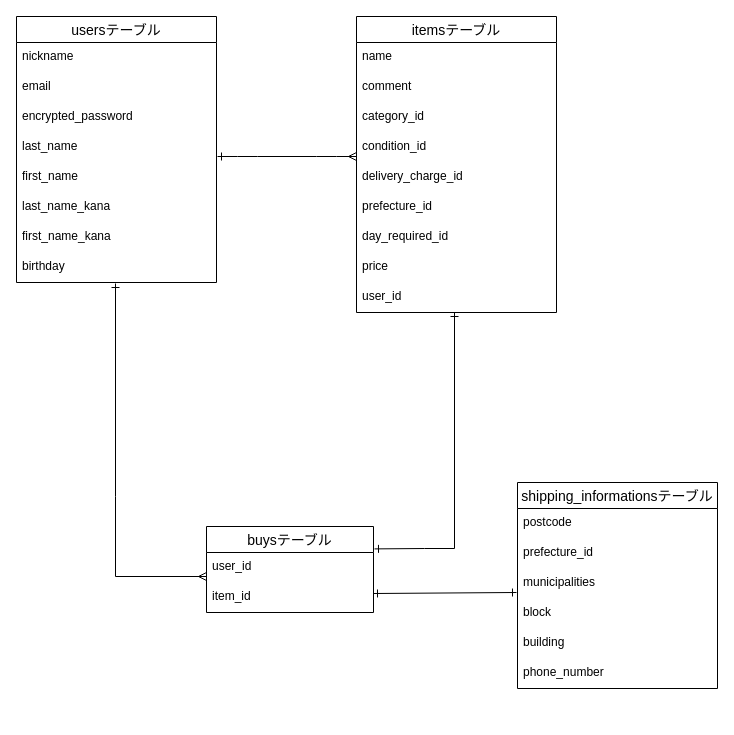
Above: furima39982.dio in kuwabara0314/furima-39982 (draw.io), before the change. Source tidied: cells renumbered, new cells numbered last; positions are measured from the earlier drawing's top-left corner, leaving out a move shared by most shapes. Both pictures are drawn from the tidied source at 100%, with x=0, y=0 at pixel (16, 16).
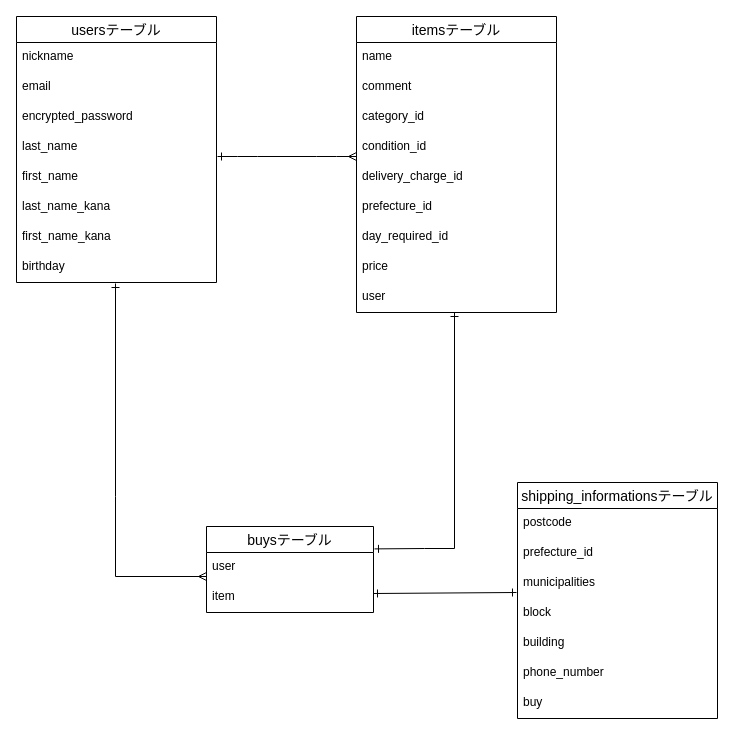
Above is the later version.

Commit message (it also covers changes not shown here):
ER図作成※再々修正

Unchanged cells that the change refers to:
```xml
<mxCell id="11" value="itemsテーブル" style="swimlane;fontStyle=0;horizontal=1;startSize=26;align=center;fontSize=14;" parent="1" vertex="1">
  <mxGeometry x="340" width="200" height="296" as="geometry" />
</mxCell>
<mxCell id="22" value="buysテーブル" style="swimlane;fontStyle=0;horizontal=1;startSize=26;align=center;fontSize=14;" parent="1" vertex="1">
  <mxGeometry x="190" y="510" width="167" height="86" as="geometry" />
</mxCell>
```

The edit, as a diff of the source:
```diff
@@
-    <mxCell id="20" value="user_id" style="text;strokeColor=none;fillColor=none;spacingLeft=4;spacingRight=4;overflow=hidden;fontSize=12;" parent="11" vertex="1">
+    <mxCell id="20" value="user" style="text;strokeColor=none;fillColor=none;spacingLeft=4;spacingRight=4;overflow=hidden;fontSize=12;" parent="11" vertex="1">
       <mxGeometry y="266" width="200" height="30" as="geometry" />
     </mxCell>
@@
-    <mxCell id="23" value="user_id" style="text;strokeColor=none;fillColor=none;spacingLeft=4;spacingRight=4;overflow=hidden;fontSize=12;" parent="22" vertex="1">
+    <mxCell id="23" value="user" style="text;strokeColor=none;fillColor=none;spacingLeft=4;spacingRight=4;overflow=hidden;fontSize=12;" parent="22" vertex="1">
       <mxGeometry y="26" width="167" height="30" as="geometry" />
     </mxCell>
-    <mxCell id="24" value="item_id" style="text;strokeColor=none;fillColor=none;spacingLeft=4;spacingRight=4;overflow=hidden;fontSize=12;" parent="22" vertex="1">
+    <mxCell id="24" value="item" style="text;strokeColor=none;fillColor=none;spacingLeft=4;spacingRight=4;overflow=hidden;fontSize=12;" parent="22" vertex="1">
       <mxGeometry y="56" width="167" height="30" as="geometry" />
     </mxCell>
@@
     <mxCell id="28" value="shipping_informationsテーブル" style="swimlane;fontStyle=0;horizontal=1;startSize=26;align=center;fontSize=14;" parent="1" vertex="1">
-      <mxGeometry x="501" y="466" width="200" height="206" as="geometry" />
+      <mxGeometry x="501" y="466" width="200" height="236" as="geometry" />
     </mxCell>
@@
+    <mxCell id="35" value="buy" style="text;strokeColor=none;fillColor=none;spacingLeft=4;spacingRight=4;overflow=hidden;fontSize=12;" parent="28" vertex="1">
+      <mxGeometry y="206" width="200" height="30" as="geometry" />
+    </mxCell>
```
